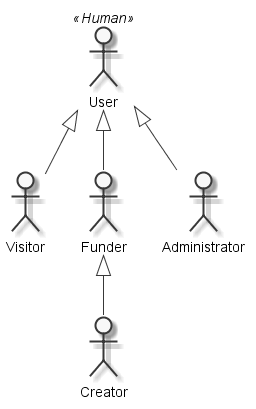
Before: assets/Actors.png, a diagram exported from PlantUML (skywolfmo/ReportPFE).
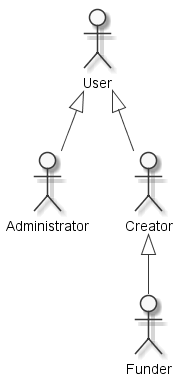
The same diagram one commit later.

Change to the diagram source:
```diff
@@ -1,14 +1,11 @@
-@startuml Actors
+@startuml
 skinparam monochrome true
-actor User as A1 << Human >>
-actor Visitor as A2
-actor Funder as A3
-actor Creator as A4
-actor Administrator as A5
-A1 <|-down- A3
-A1 <|-down- A2
-A1 <|-down- A5
-A3 <|-down- A4
 
-
+actor  User as a0
+actor Administrator as a1
+actor Creator as a3
+actor Funder as a4
+a0 <|-- a1
+a0 <|-- a3
+a3 <|-- a4
 @enduml
```
